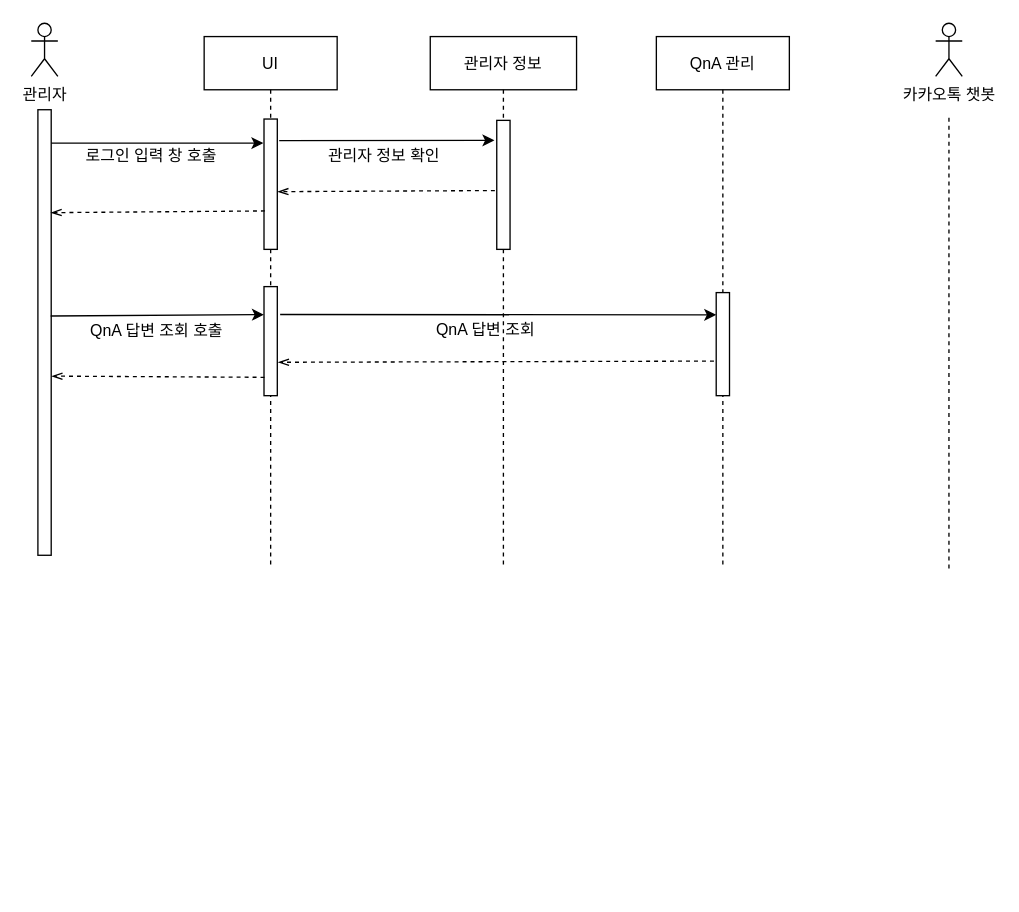
Above: Untitled Diagram.drawio in itsdam/JAVA (draw.io), before the change. Source tidied: cells renumbered, new cells numbered last; positions are measured from the earlier drawing's top-left corner, leaving out a move shared by most shapes. Both pictures are drawn from the tidied source at 133%, with x=0, y=0 at pixel (31, 23).
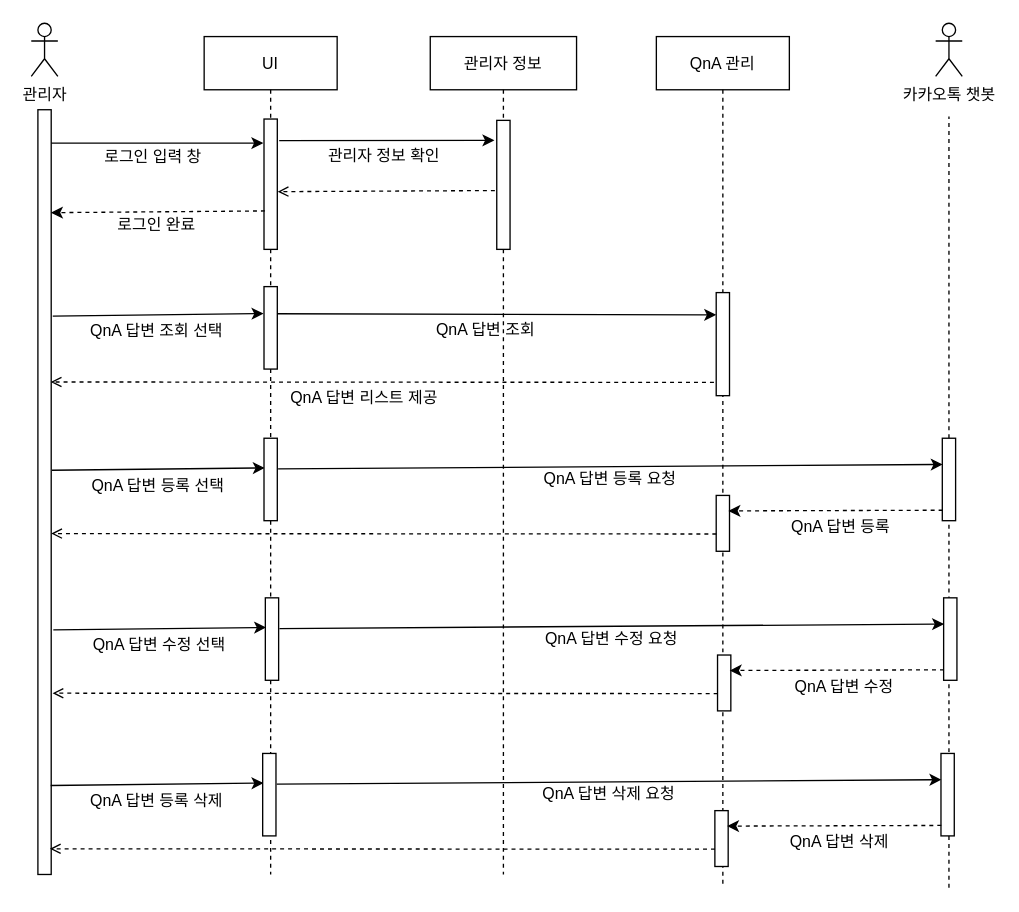
The same diagram, later.

The change refers to these unchanged cells:
```xml
<mxCell id="7" style="points=[];perimeter=orthogonalPerimeter;rounded=0;shadow=0;strokeWidth=1;" parent="6" vertex="1">
  <mxGeometry x="45" y="192.5" width="10" height="77.5" as="geometry" />
</mxCell>
<mxCell id="13" style="points=[];perimeter=orthogonalPerimeter;rounded=0;shadow=0;strokeWidth=1;" parent="12" vertex="1">
  <mxGeometry x="50" y="63" width="10" height="97" as="geometry" />
</mxCell>
```

Change to the diagram source:
```diff
@@
     <mxCell id="2" value="UI" style="shape=umlLifeline;perimeter=lifelinePerimeter;rounded=0;shadow=0;strokeWidth=1;" parent="1" vertex="1">
-      <mxGeometry x="130" y="10" width="100" height="400" as="geometry" />
+      <mxGeometry x="130" y="10" width="100" height="630" as="geometry" />
     </mxCell>
@@
-    <mxCell id="4" value="로그인 입력 창 호출" style="text;html=1;align=center;verticalAlign=middle;strokeColor=none;fillColor=none;" parent="2" vertex="1">
-      <mxGeometry x="-100" y="80" width="120" height="20" as="geometry" />
+    <mxCell id="4" value="로그인 입력 창&amp;nbsp;" style="text;html=1;align=center;verticalAlign=middle;strokeColor=none;fillColor=none;" parent="2" vertex="1">
+      <mxGeometry x="-87" y="81" width="100" height="20" as="geometry" />
     </mxCell>
     <mxCell id="5" style="points=[];perimeter=orthogonalPerimeter;rounded=0;shadow=0;strokeWidth=1;" parent="2" vertex="1">
-      <mxGeometry x="45" y="188" width="10" height="82" as="geometry" />
+      <mxGeometry x="45" y="188" width="10" height="62" as="geometry" />
     </mxCell>
     <mxCell id="6" value="QnA 관리" style="shape=umlLifeline;perimeter=lifelinePerimeter;rounded=0;shadow=0;strokeWidth=1;" parent="1" vertex="1">
-      <mxGeometry x="470" y="10" width="100" height="400" as="geometry" />
+      <mxGeometry x="470" y="10" width="100" height="640" as="geometry" />
     </mxCell>
@@
+    <mxCell id="26" style="points=[];perimeter=orthogonalPerimeter;rounded=0;shadow=0;strokeWidth=1;" parent="6" vertex="1">
+      <mxGeometry x="45" y="345" width="10" height="42" as="geometry" />
+    </mxCell>
@@
     <mxCell id="10" style="points=[];perimeter=orthogonalPerimeter;rounded=0;shadow=0;strokeWidth=1;" parent="1" vertex="1">
-      <mxGeometry x="5" y="65" width="10" height="335" as="geometry" />
+      <mxGeometry x="5" y="65" width="10" height="575" as="geometry" />
     </mxCell>
@@
     <mxCell id="12" value="관리자 정보" style="shape=umlLifeline;perimeter=lifelinePerimeter;rounded=0;shadow=0;strokeWidth=1;" parent="1" vertex="1">
-      <mxGeometry x="300" y="10" width="110" height="400" as="geometry" />
+      <mxGeometry x="300" y="10" width="110" height="630" as="geometry" />
     </mxCell>
@@
+    <mxCell id="27" style="endArrow=open;html=1;rounded=0;exitX=0.024;exitY=0.873;exitDx=0;exitDy=0;exitPerimeter=0;entryX=1;entryY=0.563;entryDx=0;entryDy=0;entryPerimeter=0;dashed=1;endFill=0;" parent="12" edge="1">
+      <mxGeometry relative="1" as="geometry">
+        <mxPoint x="215.1" y="374" as="sourcePoint" />
+        <mxPoint x="-285" y="373.7" as="targetPoint" />
+      </mxGeometry>
+    </mxCell>
@@
-    <mxCell id="16" style="endArrow=openThin;html=1;rounded=0;dashed=1;entryX=1.03;entryY=0.253;entryDx=0;entryDy=0;entryPerimeter=0;endFill=0;exitX=-0.141;exitY=0.544;exitDx=0;exitDy=0;exitPerimeter=0;" parent="1" edge="1" source="13">
+    <mxCell id="16" style="endArrow=open;html=1;rounded=0;dashed=1;entryX=1.03;entryY=0.253;entryDx=0;entryDy=0;entryPerimeter=0;endFill=0;exitX=-0.141;exitY=0.544;exitDx=0;exitDy=0;exitPerimeter=0;" parent="1" edge="1" source="13">
       <mxGeometry relative="1" as="geometry">
         <mxPoint x="185.3" y="126.6" as="targetPoint" />
       </mxGeometry>
     </mxCell>
-    <mxCell id="17" style="endArrow=openThin;html=1;rounded=0;exitX=0.065;exitY=0.242;exitDx=0;exitDy=0;exitPerimeter=0;entryX=0.975;entryY=0.234;entryDx=0;entryDy=0;entryPerimeter=0;dashed=1;endFill=0;" parent="1" edge="1">
+    <mxCell id="17" style="endArrow=classic;html=1;rounded=0;exitX=0.065;exitY=0.242;exitDx=0;exitDy=0;exitPerimeter=0;entryX=0.975;entryY=0.234;entryDx=0;entryDy=0;entryPerimeter=0;dashed=1;endFill=1;" parent="1" edge="1">
       <mxGeometry relative="1" as="geometry">
         <mxPoint x="175.7" y="141.1" as="sourcePoint" />
         <mxPoint x="14.8" y="142.4" as="targetPoint" />
       </mxGeometry>
     </mxCell>
@@
-    <mxCell id="19" style="endArrow=none;dashed=1;html=1;rounded=0;" parent="1" edge="1">
+    <mxCell id="19" style="endArrow=none;dashed=1;html=1;rounded=0;startArrow=none;" parent="1" edge="1" source="32">
       <mxGeometry relative="1" as="geometry">
-        <mxPoint x="690" y="410" as="sourcePoint" />
         <mxPoint x="690" y="70" as="targetPoint" />
       </mxGeometry>
     </mxCell>
-    <mxCell id="20" style="endArrow=classic;html=1;rounded=0;entryX=-0.007;entryY=0.257;entryDx=0;entryDy=0;entryPerimeter=0;exitX=0.962;exitY=0.463;exitDx=0;exitDy=0;exitPerimeter=0;" parent="1" edge="1" source="10" target="5">
+    <mxCell id="20" style="endArrow=classic;html=1;rounded=0;entryX=-0.038;entryY=0.327;entryDx=0;entryDy=0;entryPerimeter=0;exitX=1.116;exitY=0.27;exitDx=0;exitDy=0;exitPerimeter=0;" parent="1" edge="1" source="10" target="5">
       <mxGeometry relative="1" as="geometry" />
     </mxCell>
-    <mxCell id="21" value="QnA 답변 조회 호출" style="text;html=1;align=center;verticalAlign=middle;strokeColor=none;fillColor=none;" parent="1" vertex="1">
+    <mxCell id="21" value="QnA 답변 조회 선택" style="text;html=1;align=center;verticalAlign=middle;strokeColor=none;fillColor=none;" parent="1" vertex="1">
       <mxGeometry x="34" y="222" width="120" height="20" as="geometry" />
     </mxCell>
-    <mxCell id="22" style="endArrow=classic;html=1;rounded=0;exitX=1.213;exitY=0.256;exitDx=0;exitDy=0;exitPerimeter=0;entryX=-0.001;entryY=0.216;entryDx=0;entryDy=0;entryPerimeter=0;" parent="1" edge="1" source="5" target="7">
+    <mxCell id="22" style="endArrow=classic;html=1;rounded=0;exitX=0.993;exitY=0.329;exitDx=0;exitDy=0;exitPerimeter=0;entryX=-0.001;entryY=0.216;entryDx=0;entryDy=0;entryPerimeter=0;" parent="1" edge="1" source="5" target="7">
       <mxGeometry relative="1" as="geometry" />
     </mxCell>
@@
-    <mxCell id="24" style="endArrow=openThin;html=1;rounded=0;dashed=1;entryX=1.066;entryY=0.767;entryDx=0;entryDy=0;entryPerimeter=0;endFill=0;exitX=-0.141;exitY=0.544;exitDx=0;exitDy=0;exitPerimeter=0;" parent="1" edge="1">
+    <mxCell id="24" style="endArrow=open;html=1;rounded=0;dashed=1;endFill=0;exitX=-0.141;exitY=0.544;exitDx=0;exitDy=0;exitPerimeter=0;entryX=0.963;entryY=0.356;entryDx=0;entryDy=0;entryPerimeter=0;" parent="1" edge="1" target="10">
       <mxGeometry relative="1" as="geometry">
-        <mxPoint x="513.3" y="254" as="sourcePoint" />
-        <mxPoint x="185.7" y="254.9" as="targetPoint" />
+        <mxPoint x="513.3" y="270" as="sourcePoint" />
       </mxGeometry>
     </mxCell>
-    <mxCell id="25" style="endArrow=openThin;html=1;rounded=0;dashed=1;endFill=0;exitX=0.036;exitY=0.868;exitDx=0;exitDy=0;exitPerimeter=0;entryX=1.036;entryY=0.607;entryDx=0;entryDy=0;entryPerimeter=0;" parent="1" edge="1">
-      <mxGeometry relative="1" as="geometry">
-        <mxPoint x="175.4" y="266.2" as="sourcePoint" />
-        <mxPoint x="15.4" y="265.3" as="targetPoint" />
-      </mxGeometry>
-    </mxCell>
+    <mxCell id="28" style="endArrow=classic;html=1;rounded=0;entryX=-0.038;entryY=0.327;entryDx=0;entryDy=0;entryPerimeter=0;exitX=0.962;exitY=0.463;exitDx=0;exitDy=0;exitPerimeter=0;" parent="1" edge="1">
+      <mxGeometry relative="1" as="geometry">
+        <mxPoint x="15.6" y="336.1" as="sourcePoint" />
+        <mxPoint x="175.6" y="334.3" as="targetPoint" />
+      </mxGeometry>
+    </mxCell>
+    <mxCell id="29" value="QnA 답변 등록 선택" style="text;html=1;align=center;verticalAlign=middle;strokeColor=none;fillColor=none;" parent="1" vertex="1">
+      <mxGeometry x="35" y="338" width="120" height="20" as="geometry" />
+    </mxCell>
+    <mxCell id="30" style="perimeter=orthogonalPerimeter;rounded=0;shadow=0;strokeWidth=1;" parent="1" vertex="1">
+      <mxGeometry x="175" y="312" width="10" height="62" as="geometry" />
+    </mxCell>
+    <mxCell id="31" value="QnA 답변 리스트 제공" style="text;html=1;align=center;verticalAlign=middle;strokeColor=none;fillColor=none;" parent="1" vertex="1">
+      <mxGeometry x="185" y="272" width="130" height="20" as="geometry" />
+    </mxCell>
+    <mxCell id="32" style="points=[];perimeter=orthogonalPerimeter;rounded=0;shadow=0;strokeWidth=1;" parent="1" vertex="1">
+      <mxGeometry x="685" y="312" width="10" height="62" as="geometry" />
+    </mxCell>
+    <mxCell id="33" style="endArrow=none;dashed=1;html=1;rounded=0;" parent="1" edge="1" target="32">
+      <mxGeometry relative="1" as="geometry">
+        <mxPoint x="690" y="650" as="sourcePoint" />
+      </mxGeometry>
+    </mxCell>
+    <mxCell id="34" style="endArrow=classic;html=1;rounded=0;exitX=0.962;exitY=0.463;exitDx=0;exitDy=0;exitPerimeter=0;entryX=0.033;entryY=0.318;entryDx=0;entryDy=0;entryPerimeter=0;" parent="1" edge="1" target="32">
+      <mxGeometry relative="1" as="geometry">
+        <mxPoint x="185.6" y="335.1" as="sourcePoint" />
+      </mxGeometry>
+    </mxCell>
+    <mxCell id="35" value="QnA 답변 등록 요청" style="text;html=1;align=center;verticalAlign=middle;strokeColor=none;fillColor=none;" parent="1" vertex="1">
+      <mxGeometry x="375" y="333" width="120" height="20" as="geometry" />
+    </mxCell>
+    <mxCell id="36" style="endArrow=classic;html=1;rounded=0;exitX=0.024;exitY=0.873;exitDx=0;exitDy=0;exitPerimeter=0;entryX=0.915;entryY=0.277;entryDx=0;entryDy=0;entryPerimeter=0;dashed=1;" parent="1" edge="1" source="32" target="26">
+      <mxGeometry relative="1" as="geometry" />
+    </mxCell>
+    <mxCell id="37" value="QnA 답변 등록&amp;nbsp;" style="text;html=1;align=center;verticalAlign=middle;strokeColor=none;fillColor=none;" parent="1" vertex="1">
+      <mxGeometry x="560" y="369" width="100" height="20" as="geometry" />
+    </mxCell>
+    <mxCell id="38" style="points=[];perimeter=orthogonalPerimeter;rounded=0;shadow=0;strokeWidth=1;" parent="1" vertex="1">
+      <mxGeometry x="516" y="475" width="10" height="42" as="geometry" />
+    </mxCell>
+    <mxCell id="39" style="endArrow=open;html=1;rounded=0;exitX=0.024;exitY=0.873;exitDx=0;exitDy=0;exitPerimeter=0;entryX=1;entryY=0.563;entryDx=0;entryDy=0;entryPerimeter=0;dashed=1;endFill=0;" parent="1" edge="1">
+      <mxGeometry relative="1" as="geometry">
+        <mxPoint x="516.1" y="504" as="sourcePoint" />
+        <mxPoint x="16" y="503.7" as="targetPoint" />
+      </mxGeometry>
+    </mxCell>
+    <mxCell id="40" style="endArrow=classic;html=1;rounded=0;entryX=-0.038;entryY=0.327;entryDx=0;entryDy=0;entryPerimeter=0;exitX=0.962;exitY=0.463;exitDx=0;exitDy=0;exitPerimeter=0;" parent="1" edge="1">
+      <mxGeometry relative="1" as="geometry">
+        <mxPoint x="16.6" y="456.1" as="sourcePoint" />
+        <mxPoint x="176.6" y="454.3" as="targetPoint" />
+      </mxGeometry>
+    </mxCell>
+    <mxCell id="41" value="QnA 답변 수정 선택" style="text;html=1;align=center;verticalAlign=middle;strokeColor=none;fillColor=none;" parent="1" vertex="1">
+      <mxGeometry x="36" y="458" width="120" height="20" as="geometry" />
+    </mxCell>
+    <mxCell id="42" style="perimeter=orthogonalPerimeter;rounded=0;shadow=0;strokeWidth=1;" parent="1" vertex="1">
+      <mxGeometry x="176" y="432" width="10" height="62" as="geometry" />
+    </mxCell>
+    <mxCell id="43" style="points=[];perimeter=orthogonalPerimeter;rounded=0;shadow=0;strokeWidth=1;" parent="1" vertex="1">
+      <mxGeometry x="686" y="432" width="10" height="62" as="geometry" />
+    </mxCell>
+    <mxCell id="44" style="endArrow=classic;html=1;rounded=0;exitX=0.962;exitY=0.463;exitDx=0;exitDy=0;exitPerimeter=0;entryX=0.033;entryY=0.318;entryDx=0;entryDy=0;entryPerimeter=0;" parent="1" edge="1" target="43">
+      <mxGeometry relative="1" as="geometry">
+        <mxPoint x="186.6" y="455.1" as="sourcePoint" />
+      </mxGeometry>
+    </mxCell>
+    <mxCell id="45" value="QnA 답변 수정 요청" style="text;html=1;align=center;verticalAlign=middle;strokeColor=none;fillColor=none;" parent="1" vertex="1">
+      <mxGeometry x="376" y="453" width="120" height="20" as="geometry" />
+    </mxCell>
+    <mxCell id="46" style="endArrow=classic;html=1;rounded=0;exitX=0.024;exitY=0.873;exitDx=0;exitDy=0;exitPerimeter=0;entryX=0.915;entryY=0.277;entryDx=0;entryDy=0;entryPerimeter=0;dashed=1;" parent="1" edge="1" source="43" target="38">
+      <mxGeometry relative="1" as="geometry" />
+    </mxCell>
+    <mxCell id="47" value="QnA 답변 수정" style="text;html=1;align=center;verticalAlign=middle;strokeColor=none;fillColor=none;" parent="1" vertex="1">
+      <mxGeometry x="566" y="489" width="90" height="20" as="geometry" />
+    </mxCell>
+    <mxCell id="48" style="points=[];perimeter=orthogonalPerimeter;rounded=0;shadow=0;strokeWidth=1;" parent="1" vertex="1">
+      <mxGeometry x="514" y="592" width="10" height="42" as="geometry" />
+    </mxCell>
+    <mxCell id="49" style="endArrow=open;html=1;rounded=0;exitX=0.024;exitY=0.873;exitDx=0;exitDy=0;exitPerimeter=0;entryX=1;entryY=0.563;entryDx=0;entryDy=0;entryPerimeter=0;dashed=1;endFill=0;" parent="1" edge="1">
+      <mxGeometry relative="1" as="geometry">
+        <mxPoint x="514.1" y="621" as="sourcePoint" />
+        <mxPoint x="14" y="620.7" as="targetPoint" />
+      </mxGeometry>
+    </mxCell>
+    <mxCell id="50" style="endArrow=classic;html=1;rounded=0;entryX=-0.038;entryY=0.327;entryDx=0;entryDy=0;entryPerimeter=0;exitX=0.962;exitY=0.463;exitDx=0;exitDy=0;exitPerimeter=0;" parent="1" edge="1">
+      <mxGeometry relative="1" as="geometry">
+        <mxPoint x="14.6" y="573.1" as="sourcePoint" />
+        <mxPoint x="174.6" y="571.3" as="targetPoint" />
+      </mxGeometry>
+    </mxCell>
+    <mxCell id="51" value="QnA 답변 등록 삭제" style="text;html=1;align=center;verticalAlign=middle;strokeColor=none;fillColor=none;" parent="1" vertex="1">
+      <mxGeometry x="34" y="575" width="120" height="20" as="geometry" />
+    </mxCell>
+    <mxCell id="52" style="perimeter=orthogonalPerimeter;rounded=0;shadow=0;strokeWidth=1;" parent="1" vertex="1">
+      <mxGeometry x="174" y="549" width="10" height="62" as="geometry" />
+    </mxCell>
+    <mxCell id="53" style="points=[];perimeter=orthogonalPerimeter;rounded=0;shadow=0;strokeWidth=1;" parent="1" vertex="1">
+      <mxGeometry x="684" y="549" width="10" height="62" as="geometry" />
+    </mxCell>
+    <mxCell id="54" style="endArrow=classic;html=1;rounded=0;exitX=0.962;exitY=0.463;exitDx=0;exitDy=0;exitPerimeter=0;entryX=0.033;entryY=0.318;entryDx=0;entryDy=0;entryPerimeter=0;" parent="1" edge="1" target="53">
+      <mxGeometry relative="1" as="geometry">
+        <mxPoint x="184.6" y="572.1" as="sourcePoint" />
+      </mxGeometry>
+    </mxCell>
+    <mxCell id="55" value="QnA 답변 삭제 요청" style="text;html=1;align=center;verticalAlign=middle;strokeColor=none;fillColor=none;" parent="1" vertex="1">
+      <mxGeometry x="374" y="570" width="120" height="20" as="geometry" />
+    </mxCell>
+    <mxCell id="56" style="endArrow=classic;html=1;rounded=0;exitX=0.024;exitY=0.873;exitDx=0;exitDy=0;exitPerimeter=0;entryX=0.915;entryY=0.277;entryDx=0;entryDy=0;entryPerimeter=0;dashed=1;" parent="1" edge="1" source="53" target="48">
+      <mxGeometry relative="1" as="geometry" />
+    </mxCell>
+    <mxCell id="57" value="QnA 답변 삭제&amp;nbsp;" style="text;html=1;align=center;verticalAlign=middle;strokeColor=none;fillColor=none;" parent="1" vertex="1">
+      <mxGeometry x="559" y="606" width="100" height="20" as="geometry" />
+    </mxCell>
+    <mxCell id="58" value="로그인 완료" style="text;html=1;align=center;verticalAlign=middle;strokeColor=none;fillColor=none;" parent="1" vertex="1">
+      <mxGeometry x="54" y="142" width="80" height="20" as="geometry" />
+    </mxCell>
```
